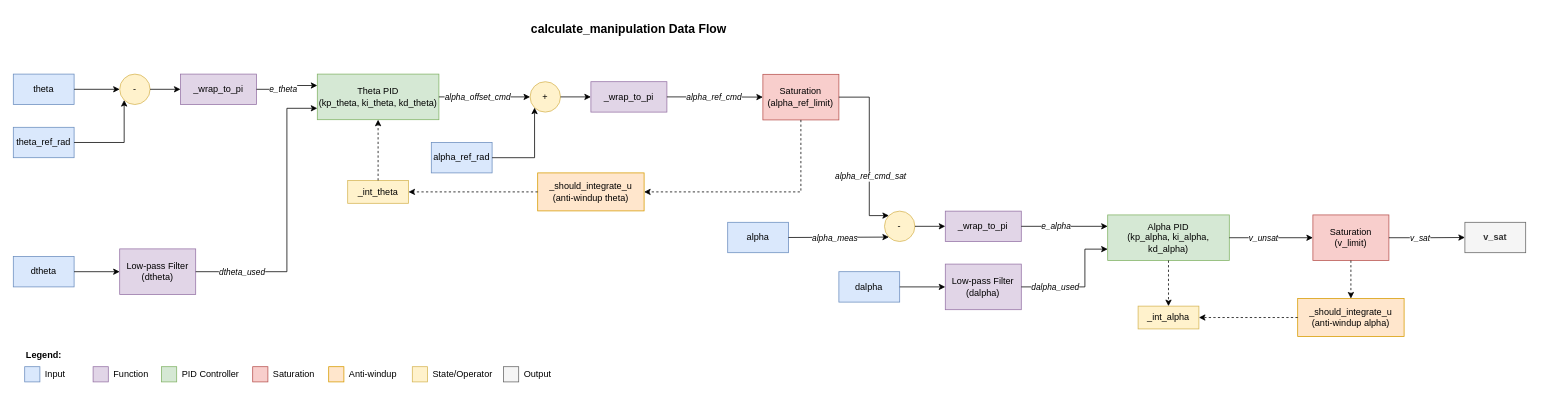
Earlier version of the draw.io diagram documents/controller/furuta_pendulum_pid_controller.drawio (Modeling-Coding-Automation-Project/inverted_pendulum_control_example). Source tidied: cells renumbered, new cells numbered last; positions are measured from the earlier drawing's top-left corner, leaving out a move shared by most shapes. Both pictures are drawn from the tidied source at 76%, with x=0, y=0 at pixel (13, 13).
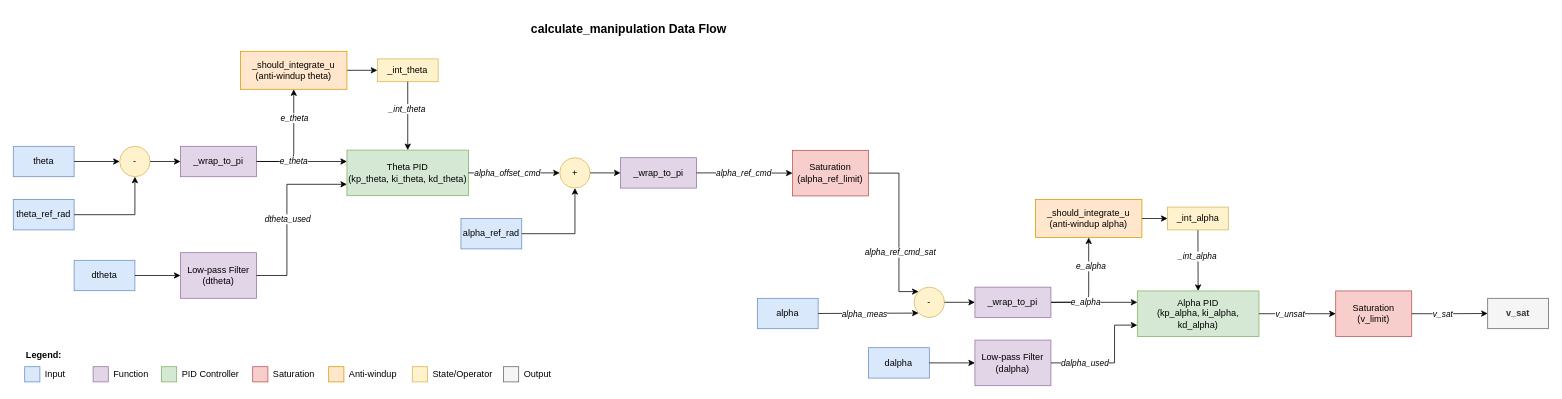
The same diagram, later.

Commit message:
Refactor Furuta Pendulum PID Controller diagram for improved layout and clarity

Diff of the diagram source:
```diff
@@
     <mxCell id="2" value="theta" style="rounded=0;whiteSpace=wrap;html=1;fillColor=#dae8fc;strokeColor=#6c8ebf;" parent="1" vertex="1">
-      <mxGeometry y="80" width="80" height="40" as="geometry" />
+      <mxGeometry y="175" width="80" height="40" as="geometry" />
     </mxCell>
     <mxCell id="3" value="theta_ref_rad" style="rounded=0;whiteSpace=wrap;html=1;fillColor=#dae8fc;strokeColor=#6c8ebf;" parent="1" vertex="1">
-      <mxGeometry y="150" width="80" height="40" as="geometry" />
+      <mxGeometry y="245" width="80" height="40" as="geometry" />
     </mxCell>
     <mxCell id="4" value="alpha" style="rounded=0;whiteSpace=wrap;html=1;fillColor=#dae8fc;strokeColor=#6c8ebf;" parent="1" vertex="1">
-      <mxGeometry x="940" y="275" width="80" height="40" as="geometry" />
+      <mxGeometry x="979" y="375" width="80" height="40" as="geometry" />
     </mxCell>
     <mxCell id="5" value="alpha_ref_rad" style="rounded=0;whiteSpace=wrap;html=1;fillColor=#dae8fc;strokeColor=#6c8ebf;" parent="1" vertex="1">
-      <mxGeometry x="550" y="170" width="80" height="40" as="geometry" />
+      <mxGeometry x="589" y="270" width="80" height="40" as="geometry" />
     </mxCell>
     <mxCell id="6" value="dtheta" style="rounded=0;whiteSpace=wrap;html=1;fillColor=#dae8fc;strokeColor=#6c8ebf;" parent="1" vertex="1">
-      <mxGeometry y="320" width="80" height="40" as="geometry" />
+      <mxGeometry x="80" y="325" width="80" height="40" as="geometry" />
     </mxCell>
     <mxCell id="7" value="dalpha" style="rounded=0;whiteSpace=wrap;html=1;fillColor=#dae8fc;strokeColor=#6c8ebf;" parent="1" vertex="1">
-      <mxGeometry x="1086.3" y="340" width="80" height="40" as="geometry" />
+      <mxGeometry x="1125.3" y="440" width="80" height="40" as="geometry" />
     </mxCell>
     <mxCell id="8" value="-" style="ellipse;whiteSpace=wrap;html=1;fillColor=#fff2cc;strokeColor=#d6b656;" parent="1" vertex="1">
-      <mxGeometry x="140" y="80" width="40" height="40" as="geometry" />
+      <mxGeometry x="140" y="175" width="40" height="40" as="geometry" />
     </mxCell>
@@
-    <mxCell id="10" style="edgeStyle=orthogonalEdgeStyle;rounded=0;jettySize=auto;html=1;exitX=1;exitY=0.5;exitDx=0;exitDy=0;entryX=0;entryY=1;entryDx=0;entryDy=0;" parent="1" edge="1" source="3" target="8">
+    <mxCell id="10" style="edgeStyle=orthogonalEdgeStyle;rounded=0;jettySize=auto;html=1;exitX=1;exitY=0.5;exitDx=0;exitDy=0;entryX=0.5;entryY=1;entryDx=0;entryDy=0;" parent="1" edge="1" source="3" target="8">
       <mxGeometry relative="1" as="geometry" />
     </mxCell>
+    <mxCell id="75" style="edgeStyle=none;html=1;exitX=1;exitY=0.5;exitDx=0;exitDy=0;entryX=0.5;entryY=1;entryDx=0;entryDy=0;" parent="1" edge="1" source="11" target="53">
+      <mxGeometry relative="1" as="geometry">
+        <Array as="points">
+          <mxPoint x="369" y="195" />
+        </Array>
+      </mxGeometry>
+    </mxCell>
+    <mxCell id="76" value="&lt;span style=&quot;color: rgb(0, 0, 0); font-style: italic;&quot;&gt;e_theta&lt;/span&gt;" style="edgeLabel;html=1;align=center;verticalAlign=middle;" parent="75" vertex="1">
+      <mxGeometry x="0.48" relative="1" as="geometry" />
+    </mxCell>
     <mxCell id="11" value="_wrap_to_pi" style="rounded=0;whiteSpace=wrap;html=1;fillColor=#e1d5e7;strokeColor=#9673a6;" parent="1" vertex="1">
-      <mxGeometry x="220" y="80" width="100" height="40" as="geometry" />
+      <mxGeometry x="220" y="175" width="100" height="40" as="geometry" />
     </mxCell>
@@
     <mxCell id="13" value="Low-pass Filter&#10;(dtheta)" style="rounded=0;whiteSpace=wrap;html=1;fillColor=#e1d5e7;strokeColor=#9673a6;" parent="1" vertex="1">
-      <mxGeometry x="140" y="310" width="100" height="60" as="geometry" />
+      <mxGeometry x="220" y="315" width="100" height="60" as="geometry" />
     </mxCell>
@@
     <mxCell id="15" value="Low-pass Filter&#10;(dalpha)" style="rounded=0;whiteSpace=wrap;html=1;fillColor=#e1d5e7;strokeColor=#9673a6;" parent="1" vertex="1">
-      <mxGeometry x="1226.3" y="330" width="100" height="60" as="geometry" />
+      <mxGeometry x="1265.3" y="430" width="100" height="60" as="geometry" />
     </mxCell>
@@
     <mxCell id="17" value="Theta PID&#10;(kp_theta, ki_theta, kd_theta)" style="rounded=0;whiteSpace=wrap;html=1;fillColor=#d5e8d4;strokeColor=#82b366;" parent="1" vertex="1">
-      <mxGeometry x="400" y="80" width="160" height="60" as="geometry" />
+      <mxGeometry x="439" y="180" width="160" height="60" as="geometry" />
     </mxCell>
@@
     <mxCell id="20" style="edgeStyle=orthogonalEdgeStyle;rounded=0;jettySize=auto;html=1;exitX=1;exitY=0.5;exitDx=0;exitDy=0;entryX=0;entryY=0.75;entryDx=0;entryDy=0;" parent="1" edge="1" source="13" target="17">
       <mxGeometry relative="1" as="geometry">
         <Array as="points">
-          <mxPoint x="360" y="340" />
-          <mxPoint x="360" y="125" />
+          <mxPoint x="360" y="345" />
+          <mxPoint x="360" y="225" />
         </Array>
       </mxGeometry>
     </mxCell>
     <mxCell id="21" value="dtheta_used" style="edgeLabel;html=1;align=center;verticalAlign=middle;fontStyle=2;" parent="20" vertex="1">
       <mxGeometry x="-0.5" y="1" relative="1" as="geometry">
-        <mxPoint x="-34" y="1" as="offset" />
+        <mxPoint x="1" y="-55" as="offset" />
       </mxGeometry>
     </mxCell>
     <mxCell id="22" value="_int_theta" style="rounded=0;whiteSpace=wrap;html=1;fillColor=#fff2cc;strokeColor=#d6b656;" parent="1" vertex="1">
-      <mxGeometry x="440" y="220" width="80" height="30" as="geometry" />
+      <mxGeometry x="479" y="60" width="80" height="30" as="geometry" />
     </mxCell>
-    <mxCell id="23" style="edgeStyle=orthogonalEdgeStyle;rounded=0;jettySize=auto;html=1;entryX=0.5;entryY=1;entryDx=0;entryDy=0;dashed=1;exitX=0.5;exitY=0;exitDx=0;exitDy=0;" parent="1" edge="1" source="22" target="17">
+    <mxCell id="23" style="edgeStyle=orthogonalEdgeStyle;rounded=0;jettySize=auto;html=1;entryX=0.5;entryY=0;entryDx=0;entryDy=0;exitX=0.5;exitY=1;exitDx=0;exitDy=0;" parent="1" edge="1" source="22" target="17">
       <mxGeometry relative="1" as="geometry" />
     </mxCell>
+    <mxCell id="77" value="&lt;span style=&quot;color: rgb(0, 0, 0); font-style: italic;&quot;&gt;_int_theta&lt;/span&gt;" style="edgeLabel;html=1;align=center;verticalAlign=middle;" parent="23" vertex="1">
+      <mxGeometry x="-0.22" y="-2" relative="1" as="geometry" />
+    </mxCell>
     <mxCell id="24" value="+" style="ellipse;whiteSpace=wrap;html=1;fillColor=#fff2cc;strokeColor=#d6b656;" parent="1" vertex="1">
-      <mxGeometry x="680" y="90" width="40" height="40" as="geometry" />
+      <mxGeometry x="719" y="190" width="40" height="40" as="geometry" />
     </mxCell>
@@
-    <mxCell id="27" style="edgeStyle=orthogonalEdgeStyle;rounded=0;jettySize=auto;html=1;exitX=1;exitY=0.5;exitDx=0;exitDy=0;entryX=0;entryY=1;entryDx=0;entryDy=0;" parent="1" edge="1" source="5" target="24">
+    <mxCell id="27" style="edgeStyle=orthogonalEdgeStyle;rounded=0;jettySize=auto;html=1;exitX=1;exitY=0.5;exitDx=0;exitDy=0;entryX=0.5;entryY=1;entryDx=0;entryDy=0;" parent="1" edge="1" source="5" target="24">
       <mxGeometry relative="1" as="geometry">
         <Array as="points">
-          <mxPoint x="686" y="190" />
+          <mxPoint x="739" y="290" />
         </Array>
       </mxGeometry>
     </mxCell>
     <mxCell id="28" value="_wrap_to_pi" style="rounded=0;whiteSpace=wrap;html=1;fillColor=#e1d5e7;strokeColor=#9673a6;" parent="1" vertex="1">
-      <mxGeometry x="760" y="90" width="100" height="40" as="geometry" />
+      <mxGeometry x="799" y="190" width="100" height="40" as="geometry" />
     </mxCell>
@@
     <mxCell id="30" value="Saturation&#10;(alpha_ref_limit)" style="rounded=0;whiteSpace=wrap;html=1;fillColor=#f8cecc;strokeColor=#b85450;" parent="1" vertex="1">
-      <mxGeometry x="986.3" y="80.3" width="100" height="60" as="geometry" />
+      <mxGeometry x="1025.3" y="180.3" width="100" height="60" as="geometry" />
     </mxCell>
@@
     <mxCell id="33" value="-" style="ellipse;whiteSpace=wrap;html=1;fillColor=#fff2cc;strokeColor=#d6b656;" parent="1" vertex="1">
-      <mxGeometry x="1146.3" y="260.3" width="40" height="40" as="geometry" />
+      <mxGeometry x="1185.3" y="360.3" width="40" height="40" as="geometry" />
     </mxCell>
     <mxCell id="34" style="edgeStyle=orthogonalEdgeStyle;rounded=0;jettySize=auto;html=1;exitX=1;exitY=0.5;exitDx=0;exitDy=0;entryX=0;entryY=0;entryDx=0;entryDy=0;" parent="1" edge="1" source="30" target="33">
       <mxGeometry relative="1" as="geometry">
         <Array as="points">
-          <mxPoint x="1126.3" y="110.3" />
-          <mxPoint x="1126.3" y="265.3" />
+          <mxPoint x="1165.3" y="210.3" />
+          <mxPoint x="1165.3" y="365.3" />
         </Array>
       </mxGeometry>
     </mxCell>
@@
     <mxCell id="36" style="edgeStyle=orthogonalEdgeStyle;rounded=0;jettySize=auto;html=1;exitX=1;exitY=0.5;exitDx=0;exitDy=0;entryX=0;entryY=1;entryDx=0;entryDy=0;" parent="1" edge="1" source="4" target="33">
       <mxGeometry relative="1" as="geometry">
         <Array as="points">
-          <mxPoint x="1020" y="294" />
+          <mxPoint x="1059" y="394" />
         </Array>
       </mxGeometry>
     </mxCell>
@@
+    <mxCell id="78" style="edgeStyle=none;html=1;exitX=1;exitY=0.5;exitDx=0;exitDy=0;entryX=0.5;entryY=1;entryDx=0;entryDy=0;" parent="1" edge="1" source="38" target="56">
+      <mxGeometry relative="1" as="geometry">
+        <Array as="points">
+          <mxPoint x="1415" y="380" />
+        </Array>
+      </mxGeometry>
+    </mxCell>
+    <mxCell id="79" value="&lt;span style=&quot;color: rgb(0, 0, 0); font-style: italic;&quot;&gt;e_alpha&lt;/span&gt;" style="edgeLabel;html=1;align=center;verticalAlign=middle;" parent="78" vertex="1">
+      <mxGeometry x="0.44" y="-2" relative="1" as="geometry" />
+    </mxCell>
     <mxCell id="38" value="_wrap_to_pi" style="rounded=0;whiteSpace=wrap;html=1;fillColor=#e1d5e7;strokeColor=#9673a6;" parent="1" vertex="1">
-      <mxGeometry x="1226.3" y="260.3" width="100" height="40" as="geometry" />
+      <mxGeometry x="1265.3" y="360.3" width="100" height="40" as="geometry" />
     </mxCell>
@@
     <mxCell id="40" value="Alpha PID&#10;(kp_alpha, ki_alpha, kd_alpha)" style="rounded=0;whiteSpace=wrap;html=1;fillColor=#d5e8d4;strokeColor=#82b366;" parent="1" vertex="1">
-      <mxGeometry x="1440" y="265.3" width="160" height="60" as="geometry" />
+      <mxGeometry x="1479" y="365.3" width="160" height="60" as="geometry" />
     </mxCell>
@@
     <mxCell id="43" style="edgeStyle=orthogonalEdgeStyle;rounded=0;jettySize=auto;html=1;exitX=1;exitY=0.5;exitDx=0;exitDy=0;entryX=0;entryY=0.75;entryDx=0;entryDy=0;" parent="1" edge="1" source="15" target="40">
       <mxGeometry relative="1" as="geometry">
         <Array as="points">
-          <mxPoint x="1410" y="360" />
-          <mxPoint x="1410" y="310" />
+          <mxPoint x="1449" y="460" />
+          <mxPoint x="1449" y="410" />
         </Array>
       </mxGeometry>
     </mxCell>
@@
+    <mxCell id="80" style="edgeStyle=none;html=1;exitX=0.5;exitY=1;exitDx=0;exitDy=0;entryX=0.5;entryY=0;entryDx=0;entryDy=0;" parent="1" edge="1" source="45" target="40">
+      <mxGeometry relative="1" as="geometry" />
+    </mxCell>
+    <mxCell id="81" value="&lt;span style=&quot;color: rgb(0, 0, 0); font-style: italic;&quot;&gt;_int_alpha&lt;/span&gt;" style="edgeLabel;html=1;align=center;verticalAlign=middle;" parent="80" vertex="1">
+      <mxGeometry x="-0.16" y="-1" relative="1" as="geometry" />
+    </mxCell>
     <mxCell id="45" value="_int_alpha" style="rounded=0;whiteSpace=wrap;html=1;fillColor=#fff2cc;strokeColor=#d6b656;" parent="1" vertex="1">
-      <mxGeometry x="1480" y="385.3" width="80" height="30" as="geometry" />
+      <mxGeometry x="1518.7" y="255" width="80" height="30" as="geometry" />
     </mxCell>
-    <mxCell id="46" style="edgeStyle=orthogonalEdgeStyle;rounded=0;jettySize=auto;html=1;exitX=0.5;exitY=1;exitDx=0;exitDy=0;entryX=0.5;entryY=0;entryDx=0;entryDy=0;dashed=1;" parent="1" edge="1" source="40" target="45">
-      <mxGeometry relative="1" as="geometry" />
-    </mxCell>
     <mxCell id="47" value="Saturation&#10;(v_limit)" style="rounded=0;whiteSpace=wrap;html=1;fillColor=#f8cecc;strokeColor=#b85450;" parent="1" vertex="1">
-      <mxGeometry x="1710" y="265.3" width="100" height="60" as="geometry" />
+      <mxGeometry x="1740" y="365.3" width="100" height="60" as="geometry" />
     </mxCell>
@@
     <mxCell id="50" value="v_sat" style="rounded=0;whiteSpace=wrap;html=1;fillColor=#f5f5f5;strokeColor=#666666;fontColor=#333333;fontStyle=1;" parent="1" vertex="1">
-      <mxGeometry x="1910" y="275" width="80" height="40" as="geometry" />
+      <mxGeometry x="1940" y="375" width="80" height="40" as="geometry" />
     </mxCell>
@@
+    <mxCell id="55" style="edgeStyle=none;html=1;exitX=1;exitY=0.5;exitDx=0;exitDy=0;entryX=0;entryY=0.5;entryDx=0;entryDy=0;" parent="1" edge="1" source="53" target="22">
+      <mxGeometry relative="1" as="geometry" />
+    </mxCell>
     <mxCell id="53" value="_should_integrate_u&#10;(anti-windup theta)" style="rounded=0;whiteSpace=wrap;html=1;fillColor=#ffe6cc;strokeColor=#d79b00;" parent="1" vertex="1">
-      <mxGeometry x="690" y="210" width="140" height="50" as="geometry" />
+      <mxGeometry x="299" y="50" width="140" height="50" as="geometry" />
     </mxCell>
-    <mxCell id="54" style="edgeStyle=orthogonalEdgeStyle;rounded=0;jettySize=auto;html=1;exitX=0.5;exitY=1;exitDx=0;exitDy=0;entryX=1;entryY=0.5;entryDx=0;entryDy=0;dashed=1;" parent="1" edge="1" source="30" target="53">
-      <mxGeometry relative="1" as="geometry">
-        <Array as="points">
-          <mxPoint x="1036" y="235" />
-        </Array>
-      </mxGeometry>
-    </mxCell>
-    <mxCell id="55" style="edgeStyle=orthogonalEdgeStyle;rounded=0;jettySize=auto;html=1;exitX=0;exitY=0.5;exitDx=0;exitDy=0;entryX=1;entryY=0.5;entryDx=0;entryDy=0;dashed=1;" parent="1" edge="1" source="53" target="22">
-      <mxGeometry relative="1" as="geometry">
-        <Array as="points">
-          <mxPoint x="660" y="235" />
-          <mxPoint x="660" y="235" />
-        </Array>
-      </mxGeometry>
-    </mxCell>
     <mxCell id="56" value="_should_integrate_u&#10;(anti-windup alpha)" style="rounded=0;whiteSpace=wrap;html=1;fillColor=#ffe6cc;strokeColor=#d79b00;" parent="1" vertex="1">
-      <mxGeometry x="1690" y="375.3" width="140" height="50" as="geometry" />
+      <mxGeometry x="1345" y="245" width="140" height="50" as="geometry" />
     </mxCell>
-    <mxCell id="57" style="edgeStyle=orthogonalEdgeStyle;rounded=0;jettySize=auto;html=1;exitX=0.5;exitY=1;exitDx=0;exitDy=0;entryX=0.5;entryY=0;entryDx=0;entryDy=0;dashed=1;" parent="1" edge="1" source="47" target="56">
-      <mxGeometry relative="1" as="geometry" />
-    </mxCell>
-    <mxCell id="58" style="edgeStyle=orthogonalEdgeStyle;rounded=0;jettySize=auto;html=1;exitX=0;exitY=0.5;exitDx=0;exitDy=0;entryX=1;entryY=0.5;entryDx=0;entryDy=0;dashed=1;" parent="1" edge="1" source="56" target="45">
+    <mxCell id="58" style="edgeStyle=orthogonalEdgeStyle;rounded=0;jettySize=auto;html=1;exitX=1;exitY=0.5;exitDx=0;exitDy=0;entryX=0;entryY=0.5;entryDx=0;entryDy=0;" parent="1" edge="1" source="56" target="45">
       <mxGeometry relative="1" as="geometry">
         <Array as="points">
-          <mxPoint x="1580" y="400" />
-          <mxPoint x="1580" y="400" />
+          <mxPoint x="1484.7" y="270" />
+          <mxPoint x="1508.7" y="270" />
         </Array>
       </mxGeometry>
     </mxCell>
```
